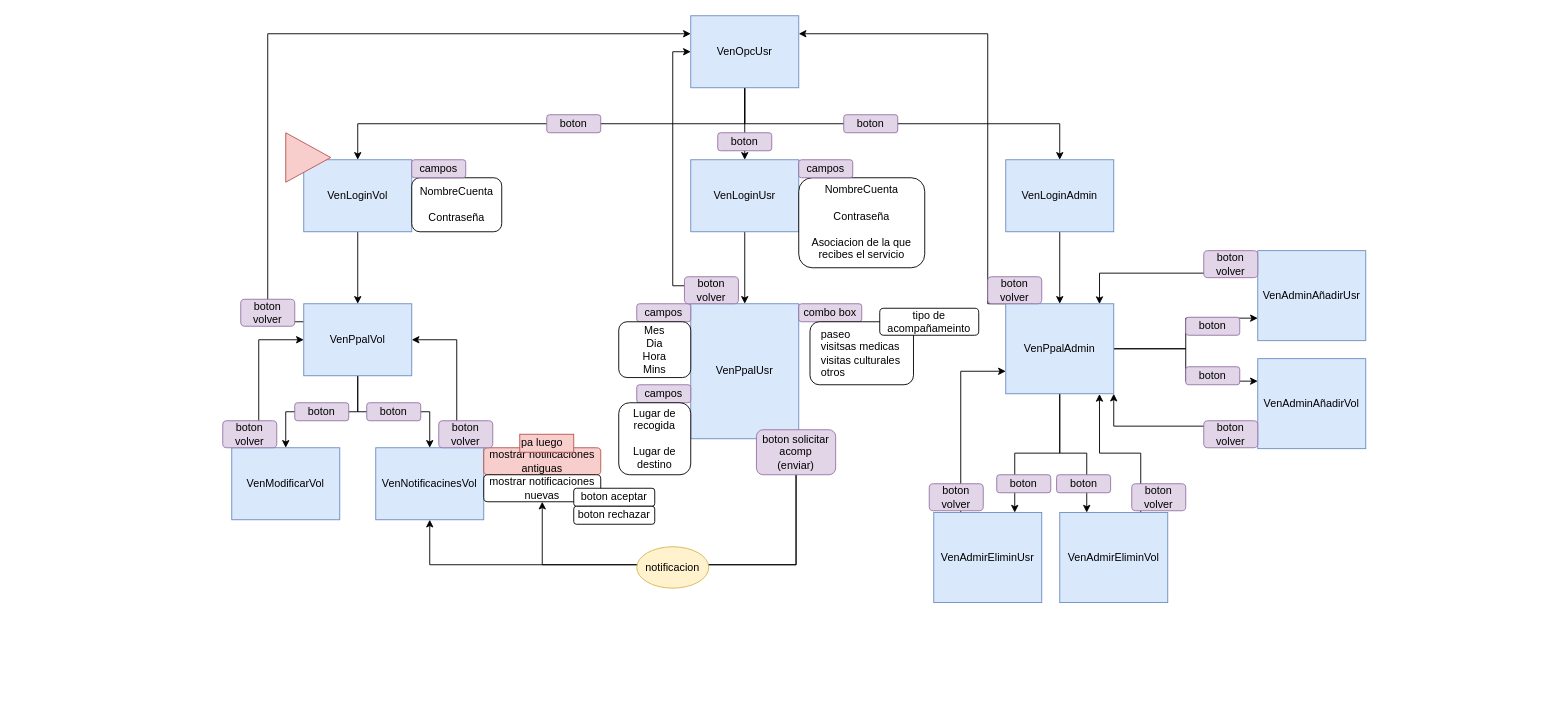
Before: Ventanas.drawio in Millan214/Volunteering-Services, a draw.io diagram. Source tidied: cells renumbered, new cells numbered last; positions are measured from the earlier drawing's top-left corner, leaving out a move shared by most shapes. Both pictures are drawn from the tidied source at 90%, with x=0, y=0 at pixel (222, 15).
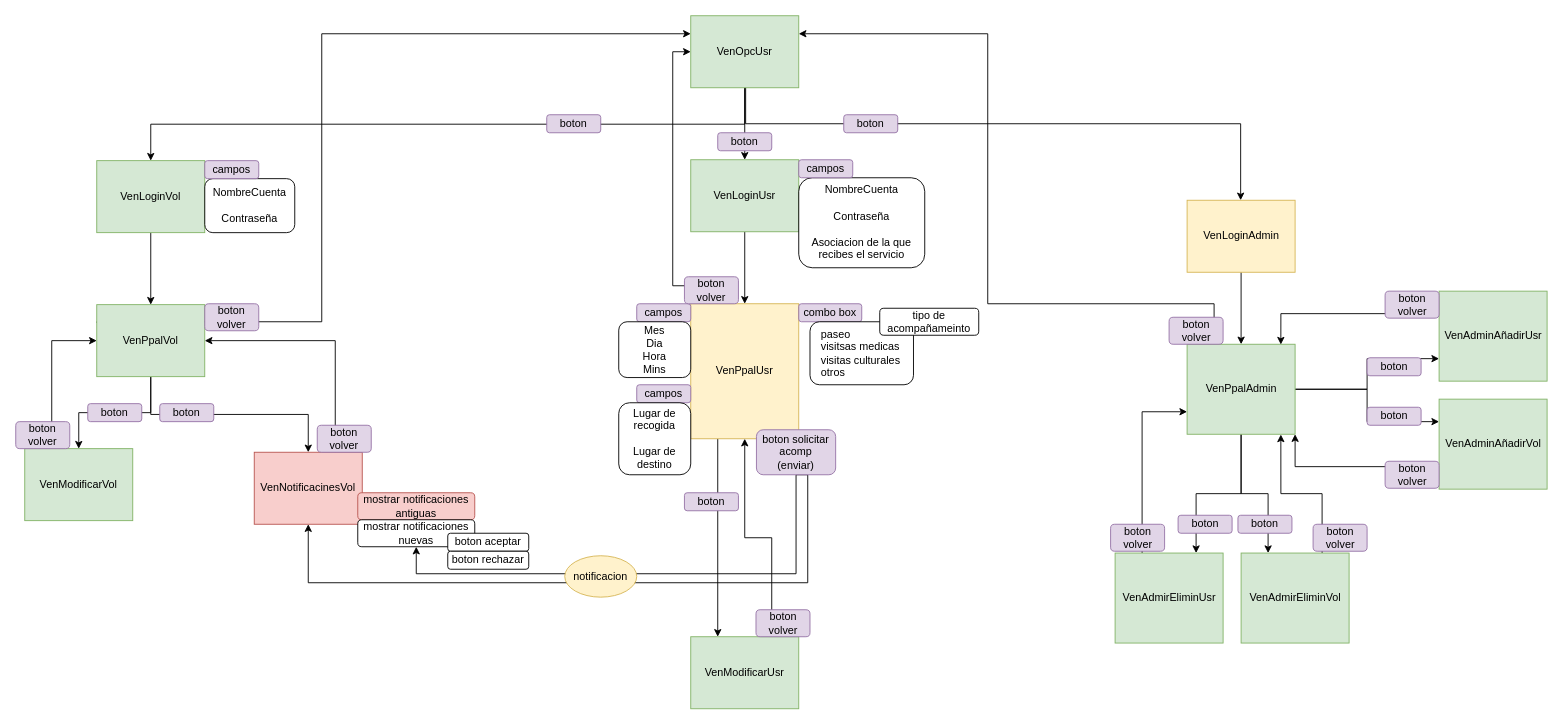
The same diagram, later.

Unchanged cells that the change refers to:
```xml
<mxCell id="62" value="boton solicitar&lt;br&gt;acomp&lt;br&gt;(enviar)" style="rounded=1;whiteSpace=wrap;html=1;fillColor=#e1d5e7;strokeColor=#9673a6;" parent="1" vertex="1">
  <mxGeometry x="593" y="460" width="88" height="50" as="geometry" />
</mxCell>
```

Change to the diagram source:
```diff
@@
     <mxCell id="2" style="edgeStyle=orthogonalEdgeStyle;rounded=0;jettySize=auto;html=1;exitX=0.5;exitY=1;exitDx=0;exitDy=0;" parent="1" edge="1" source="5" target="7">
-      <mxGeometry relative="1" as="geometry" />
+      <mxGeometry relative="1" as="geometry">
+        <Array as="points">
+          <mxPoint x="581" y="120" />
+          <mxPoint x="1131" y="120" />
+        </Array>
+      </mxGeometry>
     </mxCell>
@@
-    <mxCell id="5" value="VenOpcUsr" style="rounded=0;whiteSpace=wrap;html=1;fillColor=#dae8fc;strokeColor=#6c8ebf;" parent="1" vertex="1">
+    <mxCell id="5" value="VenOpcUsr" style="rounded=0;whiteSpace=wrap;html=1;fillColor=#d5e8d4;strokeColor=#82b366;" parent="1" vertex="1">
       <mxGeometry x="520" width="120" height="80" as="geometry" />
     </mxCell>
@@
-    <mxCell id="7" value="VenLoginAdmin" style="rounded=0;whiteSpace=wrap;html=1;fillColor=#dae8fc;strokeColor=#6c8ebf;" parent="1" vertex="1">
-      <mxGeometry x="870" y="160" width="120" height="80" as="geometry" />
+    <mxCell id="7" value="VenLoginAdmin" style="rounded=0;whiteSpace=wrap;html=1;fillColor=#fff2cc;strokeColor=#d6b656;" parent="1" vertex="1">
+      <mxGeometry x="1071.5" y="205" width="120" height="80" as="geometry" />
     </mxCell>
@@
-    <mxCell id="9" value="VenLoginUsr" style="rounded=0;whiteSpace=wrap;html=1;fillColor=#dae8fc;strokeColor=#6c8ebf;" parent="1" vertex="1">
+    <mxCell id="9" value="VenLoginUsr" style="rounded=0;whiteSpace=wrap;html=1;fillColor=#d5e8d4;strokeColor=#82b366;" parent="1" vertex="1">
       <mxGeometry x="520" y="160" width="120" height="80" as="geometry" />
     </mxCell>
@@
-    <mxCell id="11" value="VenLoginVol" style="rounded=0;whiteSpace=wrap;html=1;fillColor=#dae8fc;strokeColor=#6c8ebf;" parent="1" vertex="1">
-      <mxGeometry x="90" y="160" width="120" height="80" as="geometry" />
+    <mxCell id="11" value="VenLoginVol" style="rounded=0;whiteSpace=wrap;html=1;fillColor=#d5e8d4;strokeColor=#82b366;" parent="1" vertex="1">
+      <mxGeometry x="-140" y="161" width="120" height="80" as="geometry" />
     </mxCell>
@@
     <mxCell id="13" value="NombreCuenta&lt;br&gt;&lt;br&gt;Contraseña" style="rounded=1;whiteSpace=wrap;html=1;" parent="1" vertex="1">
-      <mxGeometry x="210" y="180" width="100" height="60" as="geometry" />
+      <mxGeometry x="-20" y="181" width="100" height="60" as="geometry" />
     </mxCell>
@@
     <mxCell id="16" style="edgeStyle=orthogonalEdgeStyle;rounded=0;jettySize=auto;html=1;exitX=0;exitY=0.25;exitDx=0;exitDy=0;entryX=0;entryY=0.25;entryDx=0;entryDy=0;" parent="1" edge="1" source="17" target="5">
       <mxGeometry relative="1" as="geometry">
         <Array as="points">
-          <mxPoint x="50" y="340" />
-          <mxPoint x="50" y="20" />
+          <mxPoint x="-140" y="340" />
+          <mxPoint x="110" y="340" />
+          <mxPoint x="110" y="20" />
         </Array>
       </mxGeometry>
     </mxCell>
-    <mxCell id="17" value="VenPpalVol" style="rounded=0;whiteSpace=wrap;html=1;fillColor=#dae8fc;strokeColor=#6c8ebf;" parent="1" vertex="1">
-      <mxGeometry x="90" y="320" width="120" height="80" as="geometry" />
+    <mxCell id="17" value="VenPpalVol" style="rounded=0;whiteSpace=wrap;html=1;fillColor=#d5e8d4;strokeColor=#82b366;" parent="1" vertex="1">
+      <mxGeometry x="-140" y="321" width="120" height="80" as="geometry" />
     </mxCell>
@@
-    <mxCell id="19" value="VenModificarVol" style="rounded=0;whiteSpace=wrap;html=1;fillColor=#dae8fc;strokeColor=#6c8ebf;" parent="1" vertex="1">
-      <mxGeometry x="10" y="480" width="120" height="80" as="geometry" />
+    <mxCell id="19" value="VenModificarVol" style="rounded=0;whiteSpace=wrap;html=1;fillColor=#d5e8d4;strokeColor=#82b366;" parent="1" vertex="1">
+      <mxGeometry x="-220" y="481" width="120" height="80" as="geometry" />
     </mxCell>
@@
-    <mxCell id="21" value="VenNotificacinesVol" style="rounded=0;whiteSpace=wrap;html=1;fillColor=#dae8fc;strokeColor=#6c8ebf;" parent="1" vertex="1">
-      <mxGeometry x="170" y="480" width="120" height="80" as="geometry" />
+    <mxCell id="21" value="VenNotificacinesVol" style="rounded=0;whiteSpace=wrap;html=1;fillColor=#f8cecc;strokeColor=#b85450;" parent="1" vertex="1">
+      <mxGeometry x="35" y="485" width="120" height="80" as="geometry" />
     </mxCell>
-    <mxCell id="22" value="boton" style="rounded=1;whiteSpace=wrap;html=1;fillColor=#e1d5e7;strokeColor=#9673a6;" parent="1" vertex="1">
-      <mxGeometry x="160" y="430" width="60" height="20" as="geometry" />
-    </mxCell>
-    <mxCell id="23" value="boton" style="rounded=1;whiteSpace=wrap;html=1;fillColor=#e1d5e7;strokeColor=#9673a6;" parent="1" vertex="1">
-      <mxGeometry x="80" y="430" width="60" height="20" as="geometry" />
-    </mxCell>
+    <mxCell id="75" value="boton" style="rounded=1;whiteSpace=wrap;html=1;fillColor=#e1d5e7;strokeColor=#9673a6;" parent="1" vertex="1">
+      <mxGeometry x="-70" y="431" width="60" height="20" as="geometry" />
+    </mxCell>
+    <mxCell id="76" value="boton" style="rounded=1;whiteSpace=wrap;html=1;fillColor=#e1d5e7;strokeColor=#9673a6;" parent="1" vertex="1">
+      <mxGeometry x="-150" y="431" width="60" height="20" as="geometry" />
+    </mxCell>
@@
     <mxCell id="27" value="campos" style="rounded=1;whiteSpace=wrap;html=1;fillColor=#e1d5e7;strokeColor=#9673a6;" parent="1" vertex="1">
-      <mxGeometry x="210" y="160" width="60" height="20" as="geometry" />
+      <mxGeometry x="-20" y="161" width="60" height="20" as="geometry" />
     </mxCell>
@@
     <mxCell id="29" value="mostrar notificaciones&lt;br&gt;antiguas" style="rounded=1;whiteSpace=wrap;html=1;fillColor=#f8cecc;strokeColor=#b85450;" parent="1" vertex="1">
-      <mxGeometry x="290" y="480" width="130" height="30" as="geometry" />
+      <mxGeometry x="150" y="530" width="130" height="30" as="geometry" />
     </mxCell>
     <mxCell id="30" value="mostrar notificaciones&lt;br&gt;nuevas" style="rounded=1;whiteSpace=wrap;html=1;" parent="1" vertex="1">
-      <mxGeometry x="290" y="510" width="130" height="30" as="geometry" />
+      <mxGeometry x="150" y="560" width="130" height="30" as="geometry" />
     </mxCell>
@@
+    <mxCell id="77" style="edgeStyle=orthogonalEdgeStyle;rounded=0;jettySize=auto;html=1;exitX=0.25;exitY=1;exitDx=0;exitDy=0;entryX=0.25;entryY=0;entryDx=0;entryDy=0;" parent="1" edge="1" source="32" target="91">
+      <mxGeometry relative="1" as="geometry" />
+    </mxCell>
-    <mxCell id="32" value="VenPpalUsr" style="rounded=0;whiteSpace=wrap;html=1;fillColor=#dae8fc;strokeColor=#6c8ebf;" parent="1" vertex="1">
+    <mxCell id="32" value="VenPpalUsr" style="rounded=0;whiteSpace=wrap;html=1;fillColor=#fff2cc;strokeColor=#d6b656;" parent="1" vertex="1">
       <mxGeometry x="520" y="320" width="120" height="150" as="geometry" />
     </mxCell>
@@
     <mxCell id="36" value="boton aceptar" style="rounded=1;whiteSpace=wrap;html=1;" parent="1" vertex="1">
-      <mxGeometry x="390" y="525" width="90" height="20" as="geometry" />
+      <mxGeometry x="250" y="575" width="90" height="20" as="geometry" />
     </mxCell>
     <mxCell id="37" value="boton rechazar" style="rounded=1;whiteSpace=wrap;html=1;" parent="1" vertex="1">
-      <mxGeometry x="390" y="545" width="90" height="20" as="geometry" />
+      <mxGeometry x="250" y="595" width="90" height="20" as="geometry" />
     </mxCell>
@@
-    <mxCell id="47" value="VenPpalAdmin" style="rounded=0;whiteSpace=wrap;html=1;fillColor=#dae8fc;strokeColor=#6c8ebf;" parent="1" vertex="1">
-      <mxGeometry x="870" y="320" width="120" height="100" as="geometry" />
+    <mxCell id="47" value="VenPpalAdmin" style="rounded=0;whiteSpace=wrap;html=1;fillColor=#d5e8d4;strokeColor=#82b366;" parent="1" vertex="1">
+      <mxGeometry x="1071.5" y="365" width="120" height="100" as="geometry" />
     </mxCell>
@@
-    <mxCell id="49" value="VenAdminAñadirUsr" style="rounded=0;whiteSpace=wrap;html=1;fillColor=#dae8fc;strokeColor=#6c8ebf;" parent="1" vertex="1">
-      <mxGeometry x="1150" y="261" width="120" height="100" as="geometry" />
+    <mxCell id="49" value="VenAdminAñadirUsr" style="rounded=0;whiteSpace=wrap;html=1;fillColor=#d5e8d4;strokeColor=#82b366;" parent="1" vertex="1">
+      <mxGeometry x="1351.5" y="306" width="120" height="100" as="geometry" />
     </mxCell>
@@
-    <mxCell id="51" value="VenAdminAñadirVol" style="rounded=0;whiteSpace=wrap;html=1;fillColor=#dae8fc;strokeColor=#6c8ebf;" parent="1" vertex="1">
-      <mxGeometry x="1150" y="381" width="120" height="100" as="geometry" />
+    <mxCell id="51" value="VenAdminAñadirVol" style="rounded=0;whiteSpace=wrap;html=1;fillColor=#d5e8d4;strokeColor=#82b366;" parent="1" vertex="1">
+      <mxGeometry x="1351.5" y="426" width="120" height="100" as="geometry" />
     </mxCell>
-    <mxCell id="52" value="boton" style="rounded=1;whiteSpace=wrap;html=1;fillColor=#e1d5e7;strokeColor=#9673a6;" parent="1" vertex="1">
-      <mxGeometry x="1070" y="335" width="60" height="20" as="geometry" />
-    </mxCell>
-    <mxCell id="53" value="boton" style="rounded=1;whiteSpace=wrap;html=1;fillColor=#e1d5e7;strokeColor=#9673a6;" parent="1" vertex="1">
-      <mxGeometry x="1070" y="390" width="60" height="20" as="geometry" />
-    </mxCell>
+    <mxCell id="78" value="boton" style="rounded=1;whiteSpace=wrap;html=1;fillColor=#e1d5e7;strokeColor=#9673a6;" parent="1" vertex="1">
+      <mxGeometry x="1271.5" y="380" width="60" height="20" as="geometry" />
+    </mxCell>
+    <mxCell id="79" value="boton" style="rounded=1;whiteSpace=wrap;html=1;fillColor=#e1d5e7;strokeColor=#9673a6;" parent="1" vertex="1">
+      <mxGeometry x="1271.5" y="435" width="60" height="20" as="geometry" />
+    </mxCell>
@@
-    <mxCell id="55" value="VenAdmirEliminUsr" style="rounded=0;whiteSpace=wrap;html=1;fillColor=#dae8fc;strokeColor=#6c8ebf;" parent="1" vertex="1">
-      <mxGeometry x="790" y="552" width="120" height="100" as="geometry" />
+    <mxCell id="55" value="VenAdmirEliminUsr" style="rounded=0;whiteSpace=wrap;html=1;fillColor=#d5e8d4;strokeColor=#82b366;" parent="1" vertex="1">
+      <mxGeometry x="991.5" y="597" width="120" height="100" as="geometry" />
     </mxCell>
@@
-    <mxCell id="57" value="VenAdmirEliminVol" style="rounded=0;whiteSpace=wrap;html=1;fillColor=#dae8fc;strokeColor=#6c8ebf;" parent="1" vertex="1">
-      <mxGeometry x="930" y="552" width="120" height="100" as="geometry" />
+    <mxCell id="57" value="VenAdmirEliminVol" style="rounded=0;whiteSpace=wrap;html=1;fillColor=#d5e8d4;strokeColor=#82b366;" parent="1" vertex="1">
+      <mxGeometry x="1131.5" y="597" width="120" height="100" as="geometry" />
     </mxCell>
-    <mxCell id="58" value="boton" style="rounded=1;whiteSpace=wrap;html=1;fillColor=#e1d5e7;strokeColor=#9673a6;" parent="1" vertex="1">
-      <mxGeometry x="860" y="510" width="60" height="20" as="geometry" />
-    </mxCell>
-    <mxCell id="59" value="boton" style="rounded=1;whiteSpace=wrap;html=1;fillColor=#e1d5e7;strokeColor=#9673a6;" parent="1" vertex="1">
-      <mxGeometry x="926.5" y="510" width="60" height="20" as="geometry" />
-    </mxCell>
+    <mxCell id="80" value="boton" style="rounded=1;whiteSpace=wrap;html=1;fillColor=#e1d5e7;strokeColor=#9673a6;" parent="1" vertex="1">
+      <mxGeometry x="1061.5" y="555" width="60" height="20" as="geometry" />
+    </mxCell>
+    <mxCell id="81" value="boton" style="rounded=1;whiteSpace=wrap;html=1;fillColor=#e1d5e7;strokeColor=#9673a6;" parent="1" vertex="1">
+      <mxGeometry x="1128" y="555" width="60" height="20" as="geometry" />
+    </mxCell>
+    <mxCell id="61" style="edgeStyle=orthogonalEdgeStyle;rounded=0;jettySize=auto;html=1;exitX=0.5;exitY=1;exitDx=0;exitDy=0;entryX=0.5;entryY=1;entryDx=0;entryDy=0;" parent="1" edge="1" source="62" target="30">
+      <mxGeometry relative="1" as="geometry">
+        <Array as="points">
+          <mxPoint x="637" y="620" />
+          <mxPoint x="215" y="620" />
+        </Array>
+      </mxGeometry>
+    </mxCell>
     <mxCell id="60" style="edgeStyle=orthogonalEdgeStyle;rounded=0;jettySize=auto;html=1;exitX=0.5;exitY=1;exitDx=0;exitDy=0;entryX=0.5;entryY=1;entryDx=0;entryDy=0;" parent="1" edge="1" source="62" target="21">
       <mxGeometry relative="1" as="geometry">
         <Array as="points">
-          <mxPoint x="637" y="610" />
-          <mxPoint x="230" y="610" />
+          <mxPoint x="650" y="510" />
+          <mxPoint x="650" y="630" />
+          <mxPoint x="95" y="630" />
         </Array>
       </mxGeometry>
     </mxCell>
-    <mxCell id="61" style="edgeStyle=orthogonalEdgeStyle;rounded=0;jettySize=auto;html=1;exitX=0.5;exitY=1;exitDx=0;exitDy=0;entryX=0.5;entryY=1;entryDx=0;entryDy=0;" parent="1" edge="1" source="62" target="30">
-      <mxGeometry relative="1" as="geometry">
-        <Array as="points">
-          <mxPoint x="637" y="610" />
-          <mxPoint x="355" y="610" />
-        </Array>
-      </mxGeometry>
-    </mxCell>
@@
     <mxCell id="63" value="notificacion" style="ellipse;whiteSpace=wrap;html=1;fillColor=#fff2cc;strokeColor=#d6b656;" parent="1" vertex="1">
-      <mxGeometry x="460" y="590" width="80" height="46" as="geometry" />
+      <mxGeometry x="380" y="600" width="80" height="46" as="geometry" />
     </mxCell>
-    <mxCell id="64" value="boton&lt;br&gt;volver" style="rounded=1;whiteSpace=wrap;html=1;fillColor=#e1d5e7;strokeColor=#9673a6;" parent="1" vertex="1">
-      <mxGeometry y="450" width="60" height="30" as="geometry" />
-    </mxCell>
-    <mxCell id="65" value="boton&lt;br&gt;volver" style="rounded=1;whiteSpace=wrap;html=1;fillColor=#e1d5e7;strokeColor=#9673a6;" parent="1" vertex="1">
-      <mxGeometry x="240" y="450" width="60" height="30" as="geometry" />
-    </mxCell>
-    <mxCell id="66" value="boton&lt;br&gt;volver" style="rounded=1;whiteSpace=wrap;html=1;fillColor=#e1d5e7;strokeColor=#9673a6;" parent="1" vertex="1">
-      <mxGeometry x="20" y="315" width="60" height="30" as="geometry" />
-    </mxCell>
+    <mxCell id="82" value="boton&lt;br&gt;volver" style="rounded=1;whiteSpace=wrap;html=1;fillColor=#e1d5e7;strokeColor=#9673a6;" parent="1" vertex="1">
+      <mxGeometry x="-230" y="451" width="60" height="30" as="geometry" />
+    </mxCell>
+    <mxCell id="83" value="boton&lt;br&gt;volver" style="rounded=1;whiteSpace=wrap;html=1;fillColor=#e1d5e7;strokeColor=#9673a6;" parent="1" vertex="1">
+      <mxGeometry x="105" y="455" width="60" height="30" as="geometry" />
+    </mxCell>
+    <mxCell id="84" value="boton&lt;br&gt;volver" style="rounded=1;whiteSpace=wrap;html=1;fillColor=#e1d5e7;strokeColor=#9673a6;" parent="1" vertex="1">
+      <mxGeometry x="-20" y="320" width="60" height="30" as="geometry" />
+    </mxCell>
@@
-    <mxCell id="68" value="boton&lt;br&gt;volver" style="rounded=1;whiteSpace=wrap;html=1;fillColor=#e1d5e7;strokeColor=#9673a6;" parent="1" vertex="1">
-      <mxGeometry x="850" y="290" width="60" height="30" as="geometry" />
-    </mxCell>
-    <mxCell id="69" value="boton&lt;br&gt;volver" style="rounded=1;whiteSpace=wrap;html=1;fillColor=#e1d5e7;strokeColor=#9673a6;" parent="1" vertex="1">
-      <mxGeometry x="1010" y="520" width="60" height="30" as="geometry" />
-    </mxCell>
-    <mxCell id="70" value="boton&lt;br&gt;volver" style="rounded=1;whiteSpace=wrap;html=1;fillColor=#e1d5e7;strokeColor=#9673a6;" parent="1" vertex="1">
-      <mxGeometry x="785" y="520" width="60" height="30" as="geometry" />
-    </mxCell>
-    <mxCell id="71" value="boton&lt;br&gt;volver" style="rounded=1;whiteSpace=wrap;html=1;fillColor=#e1d5e7;strokeColor=#9673a6;" parent="1" vertex="1">
-      <mxGeometry x="1090" y="450" width="60" height="30" as="geometry" />
-    </mxCell>
-    <mxCell id="72" value="boton&lt;br&gt;volver" style="rounded=1;whiteSpace=wrap;html=1;fillColor=#e1d5e7;strokeColor=#9673a6;" parent="1" vertex="1">
-      <mxGeometry x="1090" y="261" width="60" height="30" as="geometry" />
-    </mxCell>
-    <mxCell id="73" value="pa luego" style="text;html=1;align=left;verticalAlign=top;spacingTop=-4;fillColor=#f8cecc;strokeColor=#b85450;" parent="1" vertex="1">
-      <mxGeometry x="330" y="465" width="60" height="20" as="geometry" />
-    </mxCell>
-    <mxCell id="74" style="triangle;whiteSpace=wrap;html=1;fillColor=#f8cecc;strokeColor=#b85450;" parent="1" vertex="1">
-      <mxGeometry x="70" y="130" width="50" height="55" as="geometry" />
-    </mxCell>
+    <mxCell id="85" value="boton&lt;br&gt;volver" style="rounded=1;whiteSpace=wrap;html=1;fillColor=#e1d5e7;strokeColor=#9673a6;" parent="1" vertex="1">
+      <mxGeometry x="1051.5" y="335" width="60" height="30" as="geometry" />
+    </mxCell>
+    <mxCell id="86" value="boton&lt;br&gt;volver" style="rounded=1;whiteSpace=wrap;html=1;fillColor=#e1d5e7;strokeColor=#9673a6;" parent="1" vertex="1">
+      <mxGeometry x="1211.5" y="565" width="60" height="30" as="geometry" />
+    </mxCell>
+    <mxCell id="87" value="boton&lt;br&gt;volver" style="rounded=1;whiteSpace=wrap;html=1;fillColor=#e1d5e7;strokeColor=#9673a6;" parent="1" vertex="1">
+      <mxGeometry x="986.5" y="565" width="60" height="30" as="geometry" />
+    </mxCell>
+    <mxCell id="88" value="boton&lt;br&gt;volver" style="rounded=1;whiteSpace=wrap;html=1;fillColor=#e1d5e7;strokeColor=#9673a6;" parent="1" vertex="1">
+      <mxGeometry x="1291.5" y="495" width="60" height="30" as="geometry" />
+    </mxCell>
+    <mxCell id="89" value="boton&lt;br&gt;volver" style="rounded=1;whiteSpace=wrap;html=1;fillColor=#e1d5e7;strokeColor=#9673a6;" parent="1" vertex="1">
+      <mxGeometry x="1291.5" y="306" width="60" height="30" as="geometry" />
+    </mxCell>
+    <mxCell id="90" style="edgeStyle=orthogonalEdgeStyle;rounded=0;jettySize=auto;html=1;exitX=0.75;exitY=0;exitDx=0;exitDy=0;" parent="1" edge="1" source="91" target="32">
+      <mxGeometry relative="1" as="geometry" />
+    </mxCell>
+    <mxCell id="91" value="VenModificarUsr" style="rounded=0;whiteSpace=wrap;html=1;fillColor=#d5e8d4;strokeColor=#82b366;" parent="1" vertex="1">
+      <mxGeometry x="520" y="690" width="120" height="80" as="geometry" />
+    </mxCell>
+    <mxCell id="92" value="boton&lt;br&gt;volver" style="rounded=1;whiteSpace=wrap;html=1;fillColor=#e1d5e7;strokeColor=#9673a6;" parent="1" vertex="1">
+      <mxGeometry x="592.5" y="660" width="60" height="30" as="geometry" />
+    </mxCell>
+    <mxCell id="93" value="boton" style="rounded=1;whiteSpace=wrap;html=1;fillColor=#e1d5e7;strokeColor=#9673a6;" parent="1" vertex="1">
+      <mxGeometry x="513" y="530" width="60" height="20" as="geometry" />
+    </mxCell>
```
